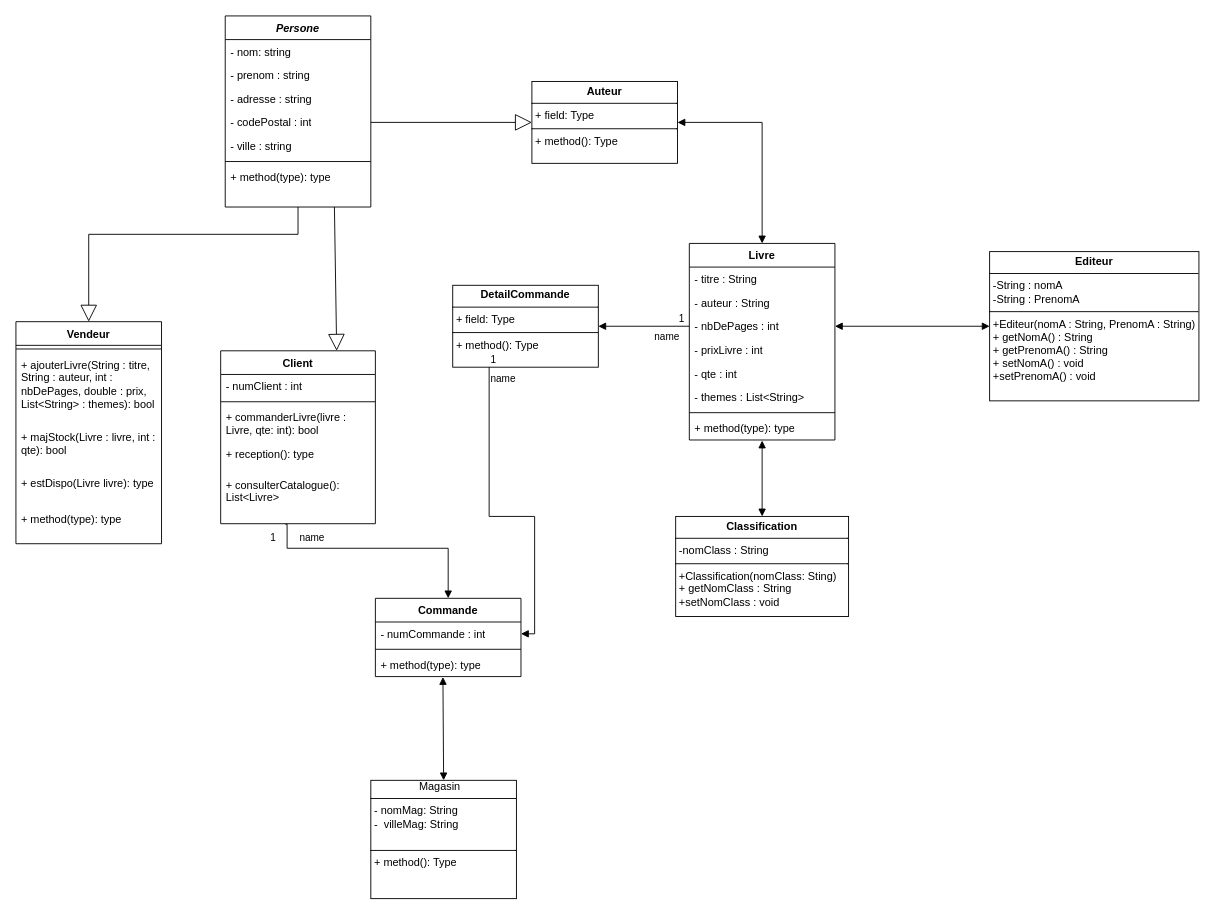
The draw.io diagram diagrammedeclasse.drawio in NolhanDolou/SAE_JAVA, before the edit. Source tidied: cells renumbered, new cells numbered last; positions are measured from the earlier drawing's top-left corner, leaving out a move shared by most shapes. Both pictures are drawn from the tidied source at 91%, with x=0, y=0 at pixel (15, 15).
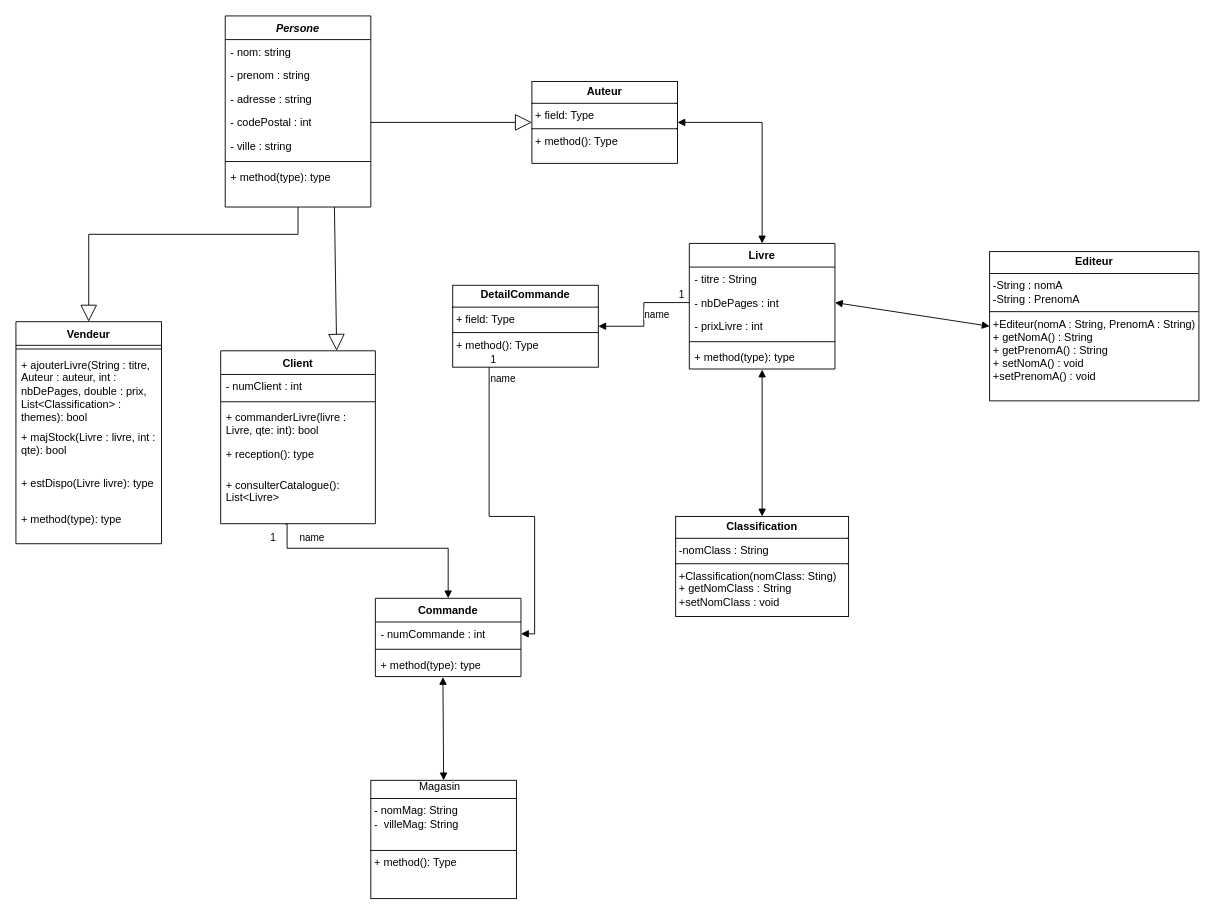
The same diagram, later.

Commit message:
Mettre à jour diagrammedeclasse.drawio

The change refers to these unchanged cells:
```xml
<mxCell id="16" value="Vendeur" style="swimlane;fontStyle=1;align=center;verticalAlign=top;horizontal=1;startSize=26;whiteSpace=wrap;html=1;" parent="1" vertex="1">
  <mxGeometry y="336" width="160" height="244" as="geometry" />
</mxCell>
```

Diff of the diagram source:
```diff
@@
-    <mxCell id="18" value="+ ajouterLivre(String : titre, String : auteur, int : nbDePages, double : prix, List&amp;lt;String&amp;gt; : themes): bool" style="text;strokeColor=none;fillColor=none;align=left;verticalAlign=top;spacingLeft=4;spacingRight=4;overflow=hidden;whiteSpace=wrap;html=1;" parent="16" vertex="1">
+    <mxCell id="18" value="+ ajouterLivre(String : titre, Auteur : auteur, int : nbDePages, double : prix, List&amp;lt;Classification&amp;gt; : themes): bool" style="text;strokeColor=none;fillColor=none;align=left;verticalAlign=top;spacingLeft=4;spacingRight=4;overflow=hidden;whiteSpace=wrap;html=1;" parent="16" vertex="1">
       <mxGeometry y="34" width="160" height="80" as="geometry" />
     </mxCell>
@@
     <mxCell id="22" value="Livre" style="swimlane;fontStyle=1;align=center;verticalAlign=top;horizontal=1;startSize=26;whiteSpace=wrap;html=1;" parent="1" vertex="1">
-      <mxGeometry x="740" y="250" width="160" height="216" as="geometry" />
+      <mxGeometry x="740" y="250" width="160" height="138" as="geometry" />
     </mxCell>
@@
-    <mxCell id="24" value="- auteur : String" style="text;strokeColor=none;fillColor=none;align=left;verticalAlign=top;spacingLeft=4;spacingRight=4;overflow=hidden;whiteSpace=wrap;html=1;" parent="22" vertex="1">
-      <mxGeometry y="52" width="160" height="26" as="geometry" />
-    </mxCell>
     <mxCell id="25" value="- nbDePages : int" style="text;strokeColor=none;fillColor=none;align=left;verticalAlign=top;spacingLeft=4;spacingRight=4;overflow=hidden;points=[[0,0.5],[1,0.5]];portConstraint=eastwest;whiteSpace=wrap;html=1;" parent="22" vertex="1">
-      <mxGeometry y="78" width="160" height="26" as="geometry" />
+      <mxGeometry y="52" width="160" height="26" as="geometry" />
     </mxCell>
     <mxCell id="26" value="&lt;div&gt;- prixLivre : int&lt;/div&gt;" style="text;strokeColor=none;fillColor=none;align=left;verticalAlign=top;spacingLeft=4;spacingRight=4;overflow=hidden;whiteSpace=wrap;html=1;" parent="22" vertex="1">
-      <mxGeometry y="104" width="160" height="26" as="geometry" />
+      <mxGeometry y="78" width="160" height="26" as="geometry" />
     </mxCell>
-    <mxCell id="27" value="- qte : int" style="text;strokeColor=none;fillColor=none;align=left;verticalAlign=top;spacingLeft=4;spacingRight=4;overflow=hidden;whiteSpace=wrap;html=1;" parent="22" vertex="1">
-      <mxGeometry y="130" width="160" height="26" as="geometry" />
-    </mxCell>
-    <mxCell id="28" value="- themes : List&amp;lt;String&amp;gt;" style="text;strokeColor=none;fillColor=none;align=left;verticalAlign=top;spacingLeft=4;spacingRight=4;overflow=hidden;whiteSpace=wrap;html=1;" parent="22" vertex="1">
-      <mxGeometry y="156" width="160" height="26" as="geometry" />
-    </mxCell>
     <mxCell id="29" style="line;strokeWidth=1;fillColor=none;align=left;verticalAlign=middle;spacingTop=-1;spacingLeft=3;spacingRight=3;labelPosition=right;strokeColor=inherit;" parent="22" vertex="1">
-      <mxGeometry y="182" width="160" height="8" as="geometry" />
+      <mxGeometry y="104" width="160" height="8" as="geometry" />
     </mxCell>
     <mxCell id="30" value="+ method(type): type" style="text;strokeColor=none;fillColor=none;align=left;verticalAlign=top;spacingLeft=4;spacingRight=4;overflow=hidden;points=[[0,0.5],[1,0.5]];portConstraint=eastwest;whiteSpace=wrap;html=1;" parent="22" vertex="1">
-      <mxGeometry y="190" width="160" height="26" as="geometry" />
+      <mxGeometry y="112" width="160" height="26" as="geometry" />
     </mxCell>
```
